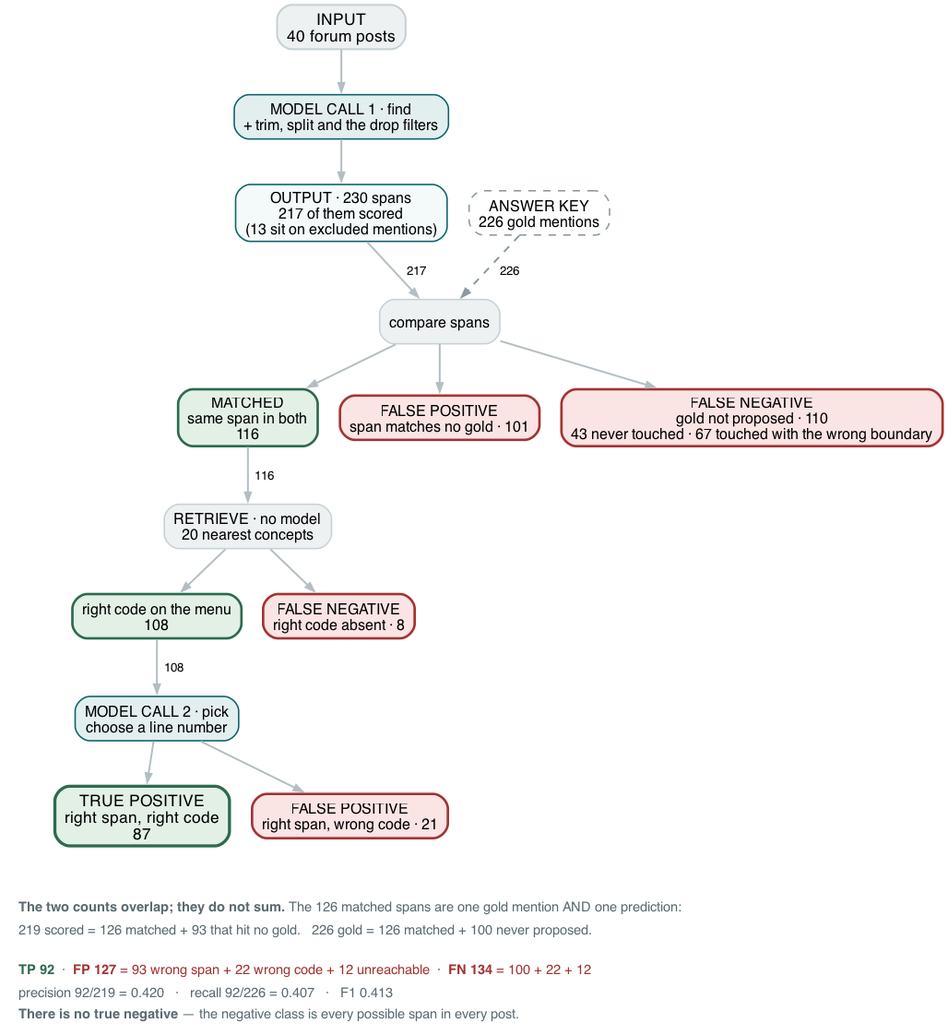
wbagais/reliability-ladder keeps this Graphviz diagram as docs/figures/fig9-funnel.png. Above is the earlier version. Its source is kept beside it as docs/figures/fig9-funnel.dot. The source it was exported from:
```dot
digraph funnel {
  rankdir=TB; bgcolor="white";
  node [shape=box style="filled,rounded" fontname="Helvetica" fontsize=12
        color="#c8d1d5" penwidth=1.2];
  edge [color="#b3bec3" penwidth=1.5 arrowsize=0.7 fontname="Helvetica" fontsize=10];

  input [label="INPUT\n40 forum posts" fillcolor="#eef1f2" fontsize=13 penwidth=1.6];
  find  [label="MODEL CALL 1 · find\n+ trim, split and the drop filters" fillcolor="#e3eeef" color="#0c6469"];
  out1  [label="OUTPUT · 230 spans\n217 of them scored\n(13 sit on excluded mentions)" fillcolor="#f4fafa" color="#0c6469"];

  key   [label="ANSWER KEY\n226 gold mentions" fillcolor="#ffffff" color="#8a9aa1"
         style="dashed,rounded" fontsize=12];
  cmp   [label="compare spans" fillcolor="#eef1f2" shape=box];

  found [label="MATCHED\nsame span in both\n116" fillcolor="#e3f0e6" color="#2d6a4f" penwidth=2];
  fp1   [label="FALSE POSITIVE\nspan matches no gold · 101" fillcolor="#fbe4e4" color="#a33333" penwidth=2];
  fn1   [label="FALSE NEGATIVE\ngold not proposed · 110\n43 never touched · 67 touched with the wrong boundary" fillcolor="#fbe4e4" color="#a33333" penwidth=2];

  ret    [label="RETRIEVE · no model\n20 nearest concepts" fillcolor="#eef1f2"];
  onmenu [label="right code on the menu\n108" fillcolor="#e3f0e6" color="#2d6a4f" penwidth=2];
  fn2    [label="FALSE NEGATIVE\nright code absent · 8" fillcolor="#fbe4e4" color="#a33333" penwidth=2];

  pick   [label="MODEL CALL 2 · pick\nchoose a line number" fillcolor="#e3eeef" color="#0c6469"];
  tp     [label="TRUE POSITIVE\nright span, right code\n87" fillcolor="#e3f0e6" color="#2d6a4f" penwidth=2.5 fontsize=13];
  fp2    [label="FALSE POSITIVE\nright span, wrong code · 21" fillcolor="#fbe4e4" color="#a33333" penwidth=2];

  input -> find -> out1;
  out1 -> cmp [label="  217"];
  key  -> cmp [label="  226  " style=dashed color="#8a9aa1"];
  cmp -> found; cmp -> fp1; cmp -> fn1;
  found -> ret [label="  116"];
  ret -> onmenu; ret -> fn2;
  onmenu -> pick [label="  108"];
  pick -> tp; pick -> fp2;

  { rank=same; out1; key }
  { rank=same; fn1; found; fp1 }
  { rank=same; onmenu; fn2 }
  { rank=same; tp; fp2 }

  note [shape=plaintext style="" fillcolor="white"
        label=<<TABLE BORDER="0" CELLBORDER="0" CELLSPACING="0" CELLPADDING="3">
        <TR><TD ALIGN="LEFT"><FONT POINT-SIZE="11" COLOR="#5a6b73"><B>The two counts overlap; they do not sum.</B> The 126 matched spans are one gold mention AND one prediction:</FONT></TD></TR>
        <TR><TD ALIGN="LEFT"><FONT POINT-SIZE="11" COLOR="#5a6b73">219 scored = 126 matched + 93 that hit no gold. &#160; 226 gold = 126 matched + 100 never proposed.</FONT></TD></TR>
        <TR><TD ALIGN="LEFT"><FONT POINT-SIZE="8"> </FONT></TD></TR>
        <TR><TD ALIGN="LEFT"><FONT POINT-SIZE="11" COLOR="#2d6a4f"><B>TP 92</B></FONT><FONT POINT-SIZE="11" COLOR="#5a6b73">  ·  </FONT><FONT POINT-SIZE="11" COLOR="#a33333"><B>FP 127</B> = 93 wrong span + 22 wrong code + 12 unreachable  ·  <B>FN 134</B> = 100 + 22 + 12</FONT></TD></TR>
        <TR><TD ALIGN="LEFT"><FONT POINT-SIZE="11" COLOR="#5a6b73">precision 92/219 = 0.420   ·   recall 92/226 = 0.407   ·   F1 0.413</FONT></TD></TR>
        <TR><TD ALIGN="LEFT"><FONT POINT-SIZE="11" COLOR="#5a6b73"><B>There is no true negative</B> — the negative class is every possible span in every post.</FONT></TD></TR>
        </TABLE>>];
  fp2 -> note [style=invis];
}
```
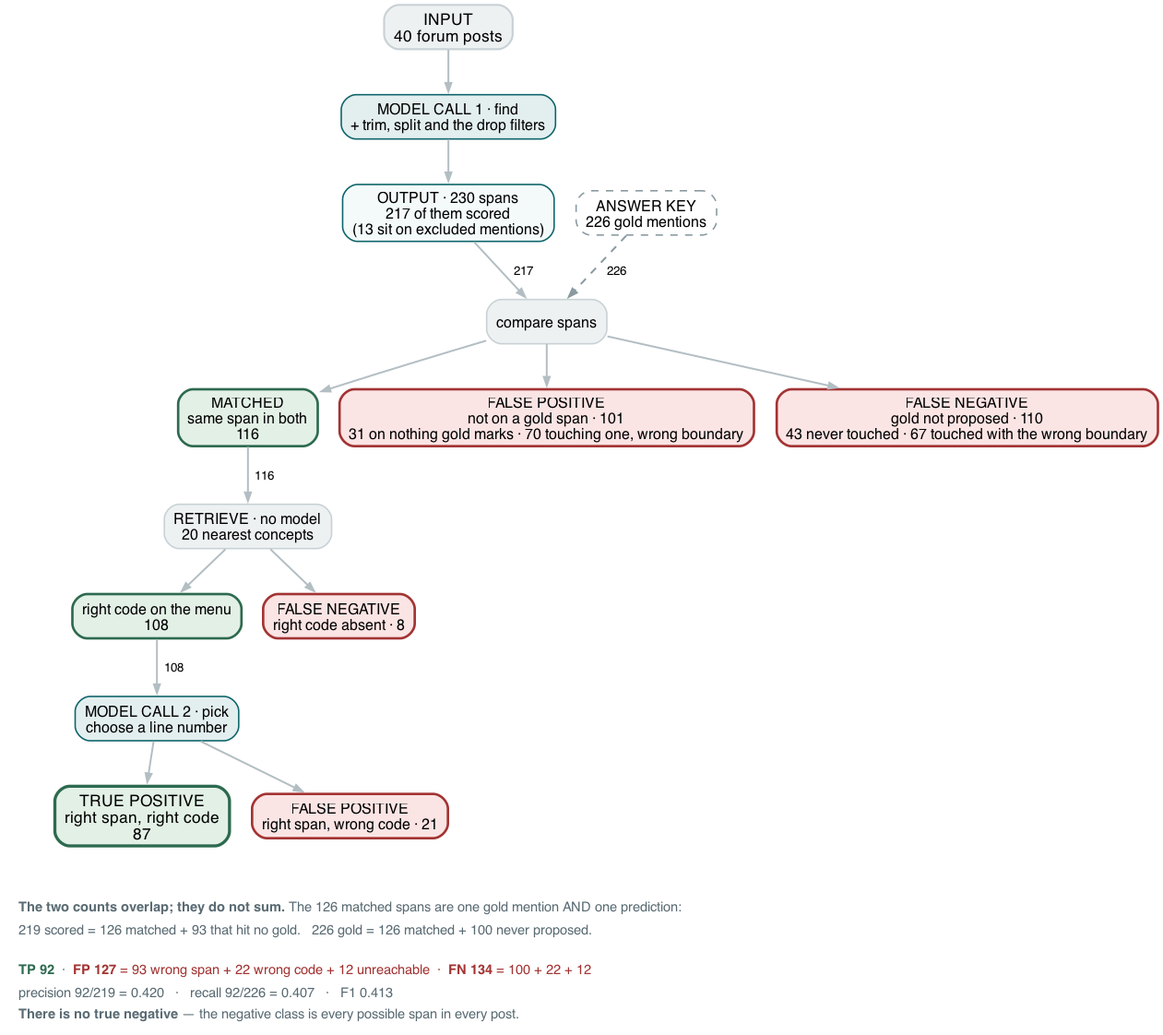
The same file after the commit.

Commit message:
fig 4, §2, takeaway 3, §10: the 101 unmatched predictions are 70 wrong-boundary and 31 invented; the inventions named

What changed in the source:
```diff
@@ -13,7 +13,7 @@
   cmp   [label="compare spans" fillcolor="#eef1f2" shape=box];
 
   found [label="MATCHED\nsame span in both\n116" fillcolor="#e3f0e6" color="#2d6a4f" penwidth=2];
-  fp1   [label="FALSE POSITIVE\nspan matches no gold · 101" fillcolor="#fbe4e4" color="#a33333" penwidth=2];
+  fp1   [label="FALSE POSITIVE\nnot on a gold span · 101\n31 on nothing gold marks · 70 touching one, wrong boundary" fillcolor="#fbe4e4" color="#a33333" penwidth=2];
   fn1   [label="FALSE NEGATIVE\ngold not proposed · 110\n43 never touched · 67 touched with the wrong boundary" fillcolor="#fbe4e4" color="#a33333" penwidth=2];
 
   ret    [label="RETRIEVE · no model\n20 nearest concepts" fillcolor="#eef1f2"];
```
